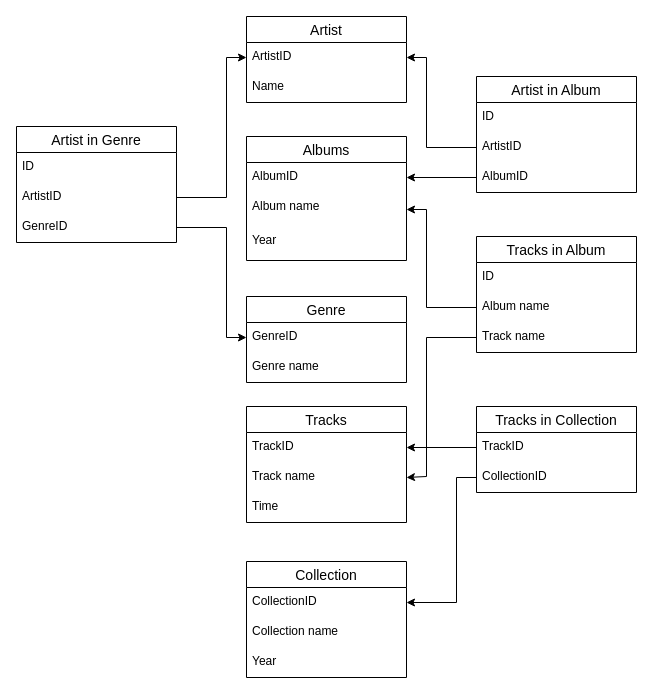
This is music_shop 1.drawio from AntonVetoshkin/Music_shop, a draw.io file, before an edit. Source tidied: cells renumbered, new cells numbered last; positions are measured from the earlier drawing's top-left corner, leaving out a move shared by most shapes. Both pictures are drawn from the tidied source at 100%, with x=0, y=0 at pixel (16, 16).
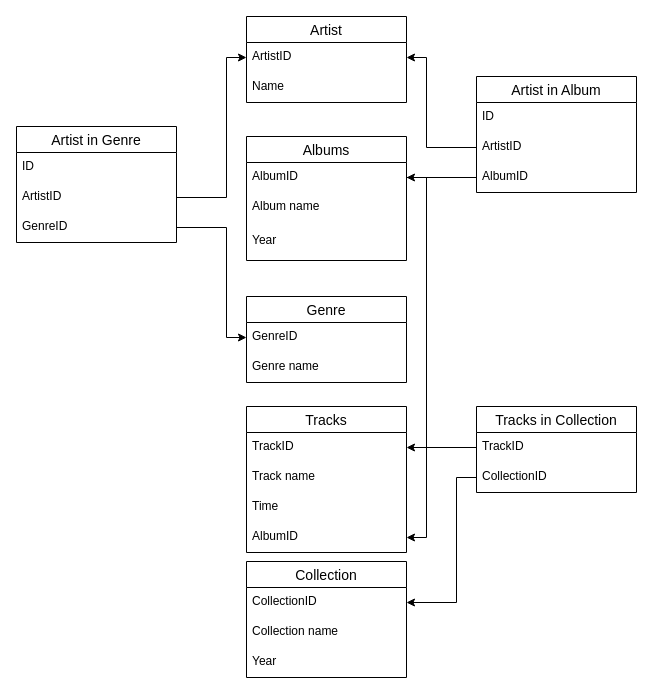
The same diagram, later.

The change refers to these unchanged cells:
```xml
<mxCell id="3" value="AlbumID" style="text;strokeColor=none;fillColor=none;spacingLeft=4;spacingRight=4;overflow=hidden;points=[[0,0.5],[1,0.5]];portConstraint=eastwest;fontSize=12;" parent="2" vertex="1">
  <mxGeometry y="26" width="160" height="30" as="geometry" />
</mxCell>
<mxCell id="4" value="Album name" style="text;strokeColor=none;fillColor=none;spacingLeft=4;spacingRight=4;overflow=hidden;points=[[0,0.5],[1,0.5]];portConstraint=eastwest;fontSize=12;" parent="2" vertex="1">
  <mxGeometry y="56" width="160" height="34" as="geometry" />
</mxCell>
<mxCell id="8" value="Track name" style="text;strokeColor=none;fillColor=none;spacingLeft=4;spacingRight=4;overflow=hidden;points=[[0,0.5],[1,0.5]];portConstraint=eastwest;fontSize=12;" parent="6" vertex="1">
  <mxGeometry y="56" width="160" height="30" as="geometry" />
</mxCell>
```

What changed in the source:
```diff
@@
     <mxCell id="6" value="Tracks" style="swimlane;fontStyle=0;horizontal=1;startSize=26;align=center;fontSize=14;" parent="1" vertex="1">
-      <mxGeometry x="230" y="390" width="160" height="116" as="geometry" />
+      <mxGeometry x="230" y="390" width="160" height="146" as="geometry" />
     </mxCell>
@@
+    <mxCell id="44" value="AlbumID" style="text;strokeColor=none;fillColor=none;spacingLeft=4;spacingRight=4;overflow=hidden;points=[[0,0.5],[1,0.5]];portConstraint=eastwest;fontSize=12;" parent="6" vertex="1">
+      <mxGeometry y="116" width="160" height="30" as="geometry" />
+    </mxCell>
@@
-    <mxCell id="36" value="Tracks in Album" style="swimlane;fontStyle=0;horizontal=1;startSize=26;align=center;fontSize=14;" parent="1" vertex="1">
-      <mxGeometry x="460" y="220" width="160" height="116" as="geometry" />
-    </mxCell>
-    <mxCell id="37" value="ID" style="text;strokeColor=none;fillColor=none;spacingLeft=4;spacingRight=4;overflow=hidden;fontSize=12;" parent="36" vertex="1">
-      <mxGeometry y="26" width="160" height="30" as="geometry" />
-    </mxCell>
-    <mxCell id="38" value="Album name" style="text;strokeColor=none;fillColor=none;spacingLeft=4;spacingRight=4;overflow=hidden;points=[[0,0.5],[1,0.5]];portConstraint=eastwest;fontSize=12;" parent="36" vertex="1">
-      <mxGeometry y="56" width="160" height="30" as="geometry" />
-    </mxCell>
-    <mxCell id="39" value="Track name" style="text;strokeColor=none;fillColor=none;spacingLeft=4;spacingRight=4;overflow=hidden;points=[[0,0.5],[1,0.5]];portConstraint=eastwest;fontSize=12;" parent="36" vertex="1">
-      <mxGeometry y="86" width="160" height="30" as="geometry" />
-    </mxCell>
-    <mxCell id="40" style="edgeStyle=orthogonalEdgeStyle;rounded=0;jettySize=auto;html=1;exitX=0;exitY=0.5;exitDx=0;exitDy=0;entryX=1;entryY=0.5;entryDx=0;entryDy=0;" parent="1" edge="1" source="39" target="8">
-      <mxGeometry relative="1" as="geometry">
-        <Array as="points">
-          <mxPoint x="410" y="321" />
-          <mxPoint x="410" y="460" />
-        </Array>
-      </mxGeometry>
-    </mxCell>
-    <mxCell id="41" style="edgeStyle=orthogonalEdgeStyle;rounded=0;jettySize=auto;html=1;exitX=0;exitY=0.5;exitDx=0;exitDy=0;entryX=1;entryY=0.5;entryDx=0;entryDy=0;" parent="1" edge="1" source="38" target="4">
-      <mxGeometry relative="1" as="geometry">
-        <Array as="points">
-          <mxPoint x="410" y="291" />
-          <mxPoint x="410" y="193" />
-        </Array>
-      </mxGeometry>
-    </mxCell>
@@
+    <mxCell id="45" style="edgeStyle=orthogonalEdgeStyle;rounded=0;jettySize=auto;html=1;exitX=1;exitY=0.5;exitDx=0;exitDy=0;entryX=1;entryY=0.5;entryDx=0;entryDy=0;" parent="1" edge="1" source="3" target="44">
+      <mxGeometry relative="1" as="geometry" />
+    </mxCell>
```
